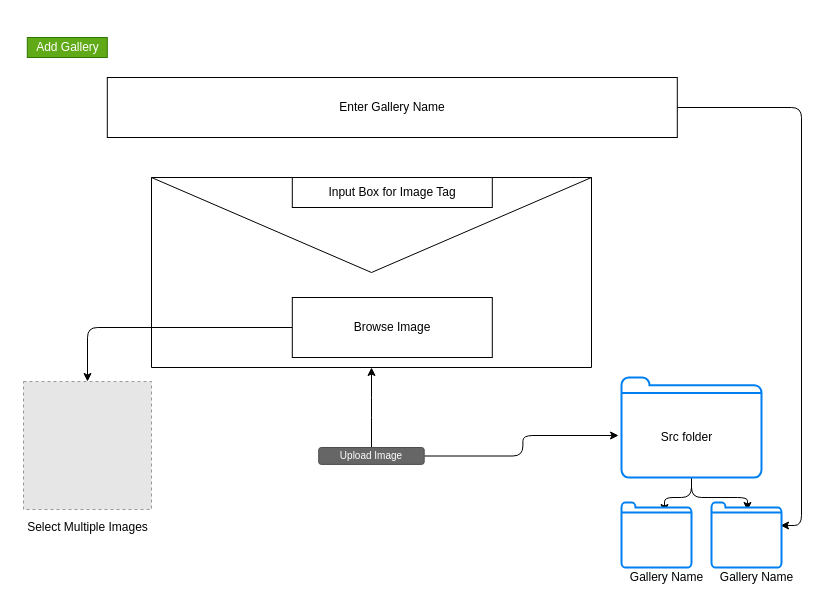
The draw.io diagram page "Add-Gallery-Steps" (2 of 2) of photo_gallery-00.drawio in amitkumar-niranjan/imageGallery, before the edit. Source tidied: cells renumbered, new cells numbered last; positions are measured from the earlier drawing's top-left corner, leaving out a move shared by most shapes. Both pictures are drawn from the tidied source at 100%, with x=0, y=0 at pixel (17, 37). Pictures stored in the file or linked from it are replaced by grey dashed boxes.
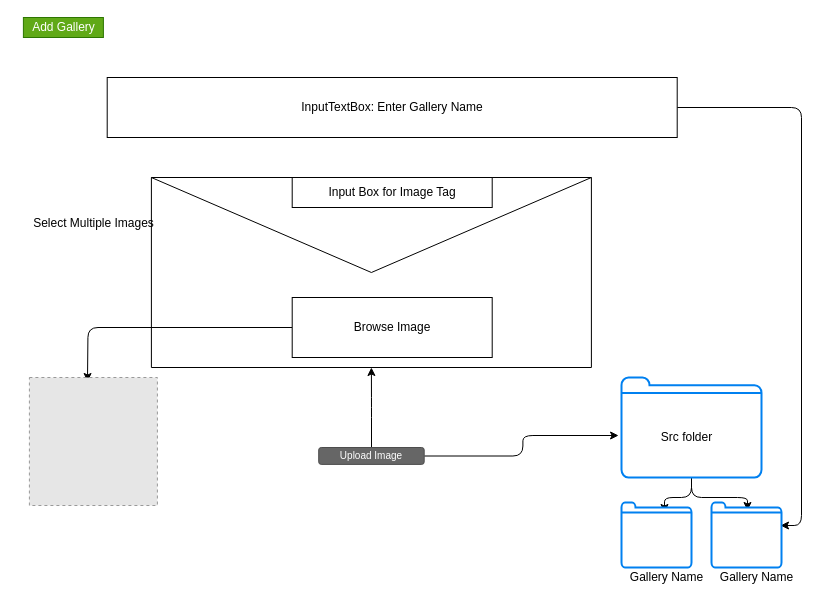
The same diagram, later.

Diff of the diagram source:
```diff
@@
     <mxCell id="2" style="shape=message;html=1;whiteSpace=wrap;html=1;outlineConnect=0;rounded=0;sketch=0;" parent="1" vertex="1">
-      <mxGeometry x="134" y="140" width="440" height="190" as="geometry" />
+      <mxGeometry x="133.9" y="140" width="440" height="190" as="geometry" />
     </mxCell>
@@
-    <mxCell id="4" value="Enter Gallery Name" style="rounded=0;whiteSpace=wrap;html=1;sketch=0;" parent="1" vertex="1">
-      <mxGeometry x="89.8" y="40" width="570" height="60" as="geometry" />
+    <mxCell id="4" value="InputTextBox: Enter Gallery Name" style="rounded=0;whiteSpace=wrap;html=1;sketch=0;" parent="1" vertex="1">
+      <mxGeometry x="89.7" y="40" width="570" height="60" as="geometry" />
     </mxCell>
-    <mxCell id="5" style="edgeStyle=orthogonalEdgeStyle;curved=0;rounded=1;sketch=0;jettySize=auto;html=1;" parent="1" edge="1" source="6" target="19">
-      <mxGeometry relative="1" as="geometry" />
+    <mxCell id="5" style="edgeStyle=orthogonalEdgeStyle;curved=0;rounded=1;sketch=0;jettySize=auto;html=1;" parent="1" edge="1" source="6">
+      <mxGeometry relative="1" as="geometry">
+        <mxPoint x="70" y="344" as="targetPoint" />
+      </mxGeometry>
     </mxCell>
     <mxCell id="6" value="Browse Image" style="rounded=0;whiteSpace=wrap;html=1;sketch=0;" parent="1" vertex="1">
-      <mxGeometry x="274.8" y="260" width="200" height="60" as="geometry" />
+      <mxGeometry x="274.7" y="260" width="200" height="60" as="geometry" />
     </mxCell>
@@
     <mxCell id="10" value="Input Box for Image Tag" style="rounded=0;whiteSpace=wrap;html=1;sketch=0;" parent="1" vertex="1">
-      <mxGeometry x="274.8" y="140" width="200" height="30" as="geometry" />
+      <mxGeometry x="274.7" y="140" width="200" height="30" as="geometry" />
     </mxCell>
@@
     <mxCell id="19" style="fillColor=#E6E6E6;strokeColor=#999999;dashed=1;html=1;verticalAlign=top;verticalLabelPosition=bottom;labelBackgroundColor=#ffffff;" parent="1" vertex="1">
-      <mxGeometry x="6" y="344" width="128" height="128" as="geometry" />
+      <mxGeometry x="11.9" y="340" width="128" height="128" as="geometry" />
     </mxCell>
     <mxCell id="20" value="Select Multiple Images" style="text;html=1;align=center;verticalAlign=middle;fillColor=none;strokeColor=none;rounded=0;sketch=0;" parent="1" vertex="1">
-      <mxGeometry y="480" width="140" height="20" as="geometry" />
+      <mxGeometry x="5.9" y="176" width="140" height="20" as="geometry" />
     </mxCell>
     <mxCell id="21" value="Add Gallery" style="text;html=1;align=center;verticalAlign=middle;fillColor=#60a917;strokeColor=#2D7600;rounded=0;sketch=0;fontColor=#ffffff;" parent="1" vertex="1">
-      <mxGeometry x="9.8" width="80" height="20" as="geometry" />
+      <mxGeometry x="5.9" y="-20" width="80" height="20" as="geometry" />
     </mxCell>
```
